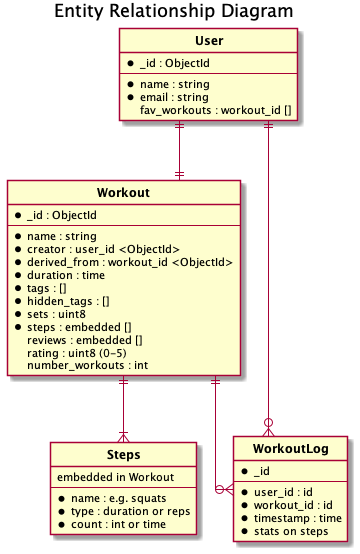
wongway/tmp-form-app keeps this PlantUML diagram as docs/diagrams/out/data_schema.png. Above is the earlier version.
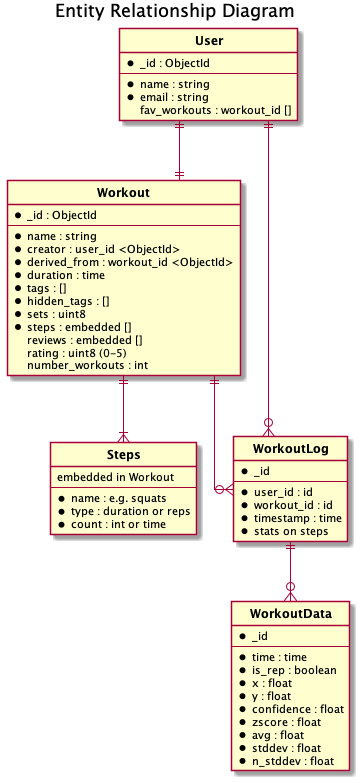
The same file after the commit.

Commit message:
Added workout data schema

Change to the diagram source:
```diff
@@ -46,9 +46,24 @@
     * stats on steps
 }
 
+entity "**WorkoutData**" as WorkoutData {
+    * _id
+    ---
+    * time : time
+    * is_rep : boolean
+    * x : float
+    * y : float
+    * confidence : float
+    * zscore : float
+    * avg : float
+    * stddev : float
+    * n_stddev : float
+}
+
 Workout ||--|{ Steps
 Workout ||--o{ WorkoutLog
 User ||--o{ WorkoutLog
 User ||--|| Workout
+WorkoutLog ||--o{ WorkoutData
 
 @enduml
```
